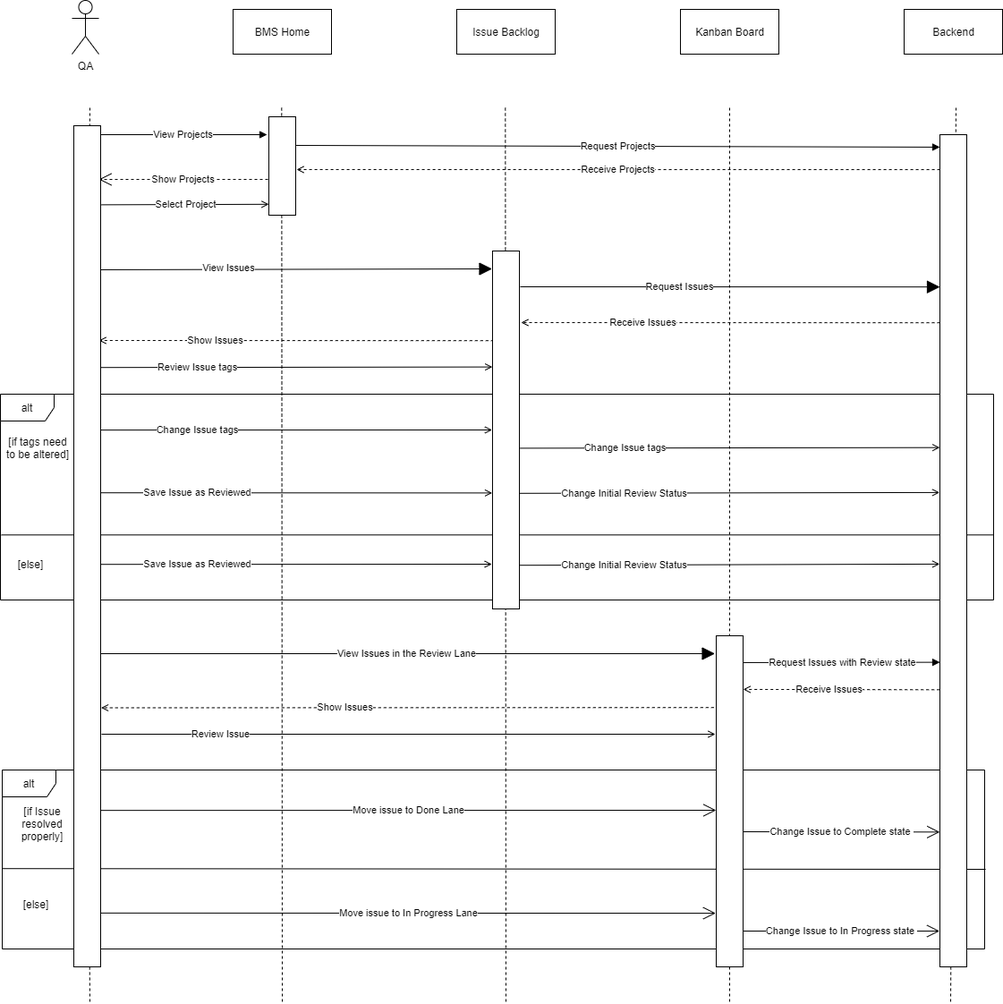
This is Sequence Diagrams/SequenceBMSQA.png from DiWeera98/IN2900Docs, a draw.io export, as it was before one commit. Source tidied: cells renumbered, new cells last; positions are measured from the earlier drawing's top-left corner, leaving out a move shared by most shapes.
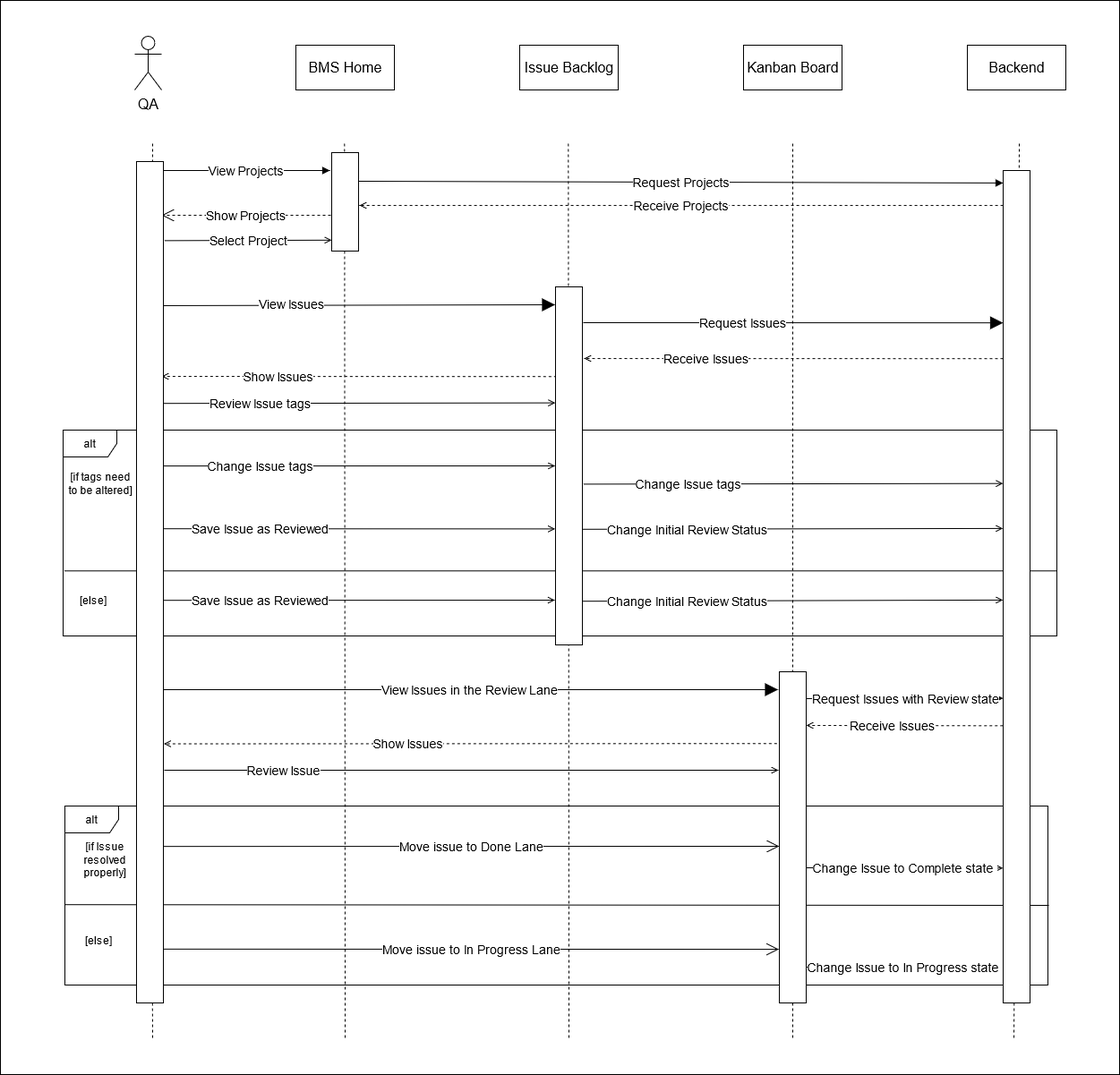
The same diagram one commit later.

The edit, as a diff of the source:
```diff
@@ -2,36 +2,39 @@
   <root>
     <mxCell id="0" />
     <mxCell id="1" parent="0" />
+    <mxCell id="51" style="rounded=0;whiteSpace=wrap;html=1;" parent="1" vertex="1">
+      <mxGeometry x="-70" y="-40" width="1250" height="1200" as="geometry" />
+    </mxCell>
-    <mxCell id="2" value="QA" style="shape=umlActor;verticalLabelPosition=bottom;verticalAlign=top;html=1;" parent="1" vertex="1">
+    <mxCell id="2" value="QA" style="shape=umlActor;verticalLabelPosition=bottom;verticalAlign=top;html=1;fontSize=16;" parent="1" vertex="1">
       <mxGeometry x="80" width="30" height="60" as="geometry" />
     </mxCell>
-    <mxCell id="3" value="View Projects" style="endArrow=block;endFill=1;html=1;" parent="1" edge="1">
+    <mxCell id="3" value="View Projects" style="endArrow=block;endFill=1;html=1;fontSize=14;" parent="1" edge="1">
       <mxGeometry relative="1" as="geometry">
         <mxPoint x="110" y="150" as="sourcePoint" />
         <mxPoint x="298" y="150" as="targetPoint" />
       </mxGeometry>
     </mxCell>
-    <mxCell id="4" value="BMS Home" style="html=1;" parent="1" vertex="1">
+    <mxCell id="4" value="BMS Home" style="html=1;fontSize=16;" parent="1" vertex="1">
       <mxGeometry x="260" y="10" width="110" height="50" as="geometry" />
     </mxCell>
-    <mxCell id="5" value="Issue Backlog" style="html=1;" parent="1" vertex="1">
+    <mxCell id="5" value="Issue Backlog" style="html=1;fontSize=16;" parent="1" vertex="1">
       <mxGeometry x="510" y="10" width="110" height="50" as="geometry" />
     </mxCell>
-    <mxCell id="6" value="Kanban Board" style="html=1;" parent="1" vertex="1">
+    <mxCell id="6" value="Kanban Board" style="html=1;fontSize=16;" parent="1" vertex="1">
       <mxGeometry x="760" y="10" width="110" height="50" as="geometry" />
     </mxCell>
-    <mxCell id="7" value="View Issues" style="endArrow=block;endFill=1;endSize=12;html=1;entryX=-0.016;entryY=0.05;entryDx=0;entryDy=0;entryPerimeter=0;" parent="1" edge="1" target="33">
+    <mxCell id="7" value="View Issues" style="endArrow=block;endFill=1;endSize=12;html=1;entryX=-0.016;entryY=0.05;entryDx=0;entryDy=0;entryPerimeter=0;fontSize=14;" parent="1" edge="1" target="33">
       <mxGeometry x="-0.31" y="2" relative="1" as="geometry">
         <mxPoint x="100" y="301" as="sourcePoint" />
       </mxGeometry>
     </mxCell>
-    <mxCell id="8" value="Show Projects" style="endArrow=open;endFill=1;endSize=12;html=1;dashed=1;" parent="1" edge="1">
+    <mxCell id="8" value="Show Projects" style="endArrow=open;endFill=1;endSize=12;html=1;dashed=1;fontSize=14;" parent="1" edge="1">
       <mxGeometry relative="1" as="geometry">
         <mxPoint x="299" y="200" as="sourcePoint" />
         <mxPoint x="110" y="200" as="targetPoint" />
       </mxGeometry>
     </mxCell>
-    <mxCell id="9" value="Select Project" style="endArrow=open;endFill=0;html=1;entryX=0;entryY=0.889;entryDx=0;entryDy=0;entryPerimeter=0;exitX=1.033;exitY=0.094;exitDx=0;exitDy=0;exitPerimeter=0;" parent="1" edge="1" source="48" target="11">
+    <mxCell id="9" value="Select Project" style="endArrow=open;endFill=0;html=1;entryX=0;entryY=0.889;entryDx=0;entryDy=0;entryPerimeter=0;exitX=1.033;exitY=0.094;exitDx=0;exitDy=0;exitPerimeter=0;fontSize=14;" parent="1" edge="1" source="48" target="11">
       <mxGeometry relative="1" as="geometry" />
     </mxCell>
     <mxCell id="10" style="endArrow=none;dashed=1;html=1;" parent="1" edge="1">
@@ -43,15 +46,15 @@
     <mxCell id="11" style="rounded=0;whiteSpace=wrap;html=1;" parent="1" vertex="1">
       <mxGeometry x="300" y="130" width="30" height="110" as="geometry" />
     </mxCell>
-    <mxCell id="12" value="Backend" style="html=1;" parent="1" vertex="1">
+    <mxCell id="12" value="Backend" style="html=1;fontSize=16;" parent="1" vertex="1">
       <mxGeometry x="1010" y="10" width="110" height="50" as="geometry" />
     </mxCell>
-    <mxCell id="13" value="Request Projects" style="endArrow=block;endFill=1;html=1;entryX=0;entryY=0.015;entryDx=0;entryDy=0;entryPerimeter=0;" parent="1" edge="1" target="47">
+    <mxCell id="13" value="Request Projects" style="endArrow=block;endFill=1;html=1;entryX=0;entryY=0.015;entryDx=0;entryDy=0;entryPerimeter=0;fontSize=14;" parent="1" edge="1" target="47">
       <mxGeometry relative="1" as="geometry">
         <mxPoint x="330" y="162" as="sourcePoint" />
       </mxGeometry>
     </mxCell>
-    <mxCell id="14" value="Receive Projects" style="endArrow=open;endFill=0;html=1;exitX=0.003;exitY=0.042;exitDx=0;exitDy=0;exitPerimeter=0;dashed=1;" parent="1" edge="1" source="47">
+    <mxCell id="14" value="Receive Projects" style="endArrow=open;endFill=0;html=1;exitX=0.003;exitY=0.042;exitDx=0;exitDy=0;exitPerimeter=0;dashed=1;fontSize=14;" parent="1" edge="1" source="47">
       <mxGeometry relative="1" as="geometry">
         <mxPoint x="331" y="189" as="targetPoint" />
       </mxGeometry>
@@ -79,21 +82,21 @@
         <mxPoint x="100" y="1120" as="targetPoint" />
       </mxGeometry>
     </mxCell>
-    <mxCell id="19" value="Request Issues" style="endArrow=block;endFill=1;endSize=12;html=1;entryX=0;entryY=0.183;entryDx=0;entryDy=0;entryPerimeter=0;exitX=1.032;exitY=0.1;exitDx=0;exitDy=0;exitPerimeter=0;" parent="1" edge="1" source="33" target="47">
+    <mxCell id="19" value="Request Issues" style="endArrow=block;endFill=1;endSize=12;html=1;entryX=0;entryY=0.183;entryDx=0;entryDy=0;entryPerimeter=0;exitX=1.032;exitY=0.1;exitDx=0;exitDy=0;exitPerimeter=0;fontSize=14;" parent="1" edge="1" source="33" target="47">
       <mxGeometry x="-0.25" relative="1" as="geometry">
         <mxPoint x="1" as="offset" />
       </mxGeometry>
     </mxCell>
-    <mxCell id="20" value="Receive Issues" style="endArrow=open;endFill=0;html=1;exitX=0;exitY=0.226;exitDx=0;exitDy=0;exitPerimeter=0;dashed=1;entryX=1.064;entryY=0.2;entryDx=0;entryDy=0;entryPerimeter=0;" parent="1" edge="1" source="47" target="33">
+    <mxCell id="20" value="Receive Issues" style="endArrow=open;endFill=0;html=1;exitX=0;exitY=0.226;exitDx=0;exitDy=0;exitPerimeter=0;dashed=1;entryX=1.064;entryY=0.2;entryDx=0;entryDy=0;entryPerimeter=0;fontSize=14;" parent="1" edge="1" source="47" target="33">
       <mxGeometry x="0.42" relative="1" as="geometry" />
     </mxCell>
-    <mxCell id="21" value="Show Issues" style="endArrow=open;endFill=0;html=1;exitX=-0.056;exitY=0.056;exitDx=0;exitDy=0;exitPerimeter=0;dashed=1;" parent="1" edge="1">
+    <mxCell id="21" value="Show Issues" style="endArrow=open;endFill=0;html=1;exitX=-0.056;exitY=0.056;exitDx=0;exitDy=0;exitPerimeter=0;dashed=1;fontSize=14;" parent="1" edge="1">
       <mxGeometry x="0.42" relative="1" as="geometry">
         <mxPoint x="557.3" y="380.2" as="sourcePoint" />
         <mxPoint x="110" y="380" as="targetPoint" />
       </mxGeometry>
     </mxCell>
-    <mxCell id="22" value="Review Issue tags" style="endArrow=open;endFill=0;html=1;entryX=-0.006;entryY=0.324;entryDx=0;entryDy=0;entryPerimeter=0;" parent="1" edge="1" target="33">
+    <mxCell id="22" value="Review Issue tags" style="endArrow=open;endFill=0;html=1;entryX=-0.006;entryY=0.324;entryDx=0;entryDy=0;entryPerimeter=0;fontSize=14;" parent="1" edge="1" target="33">
       <mxGeometry x="-0.5" relative="1" as="geometry">
         <mxPoint x="110" y="410.2" as="sourcePoint" />
       </mxGeometry>
@@ -104,28 +107,28 @@
     <mxCell id="24" value="[if tags need to be altered]" style="text;html=1;strokeColor=none;fillColor=none;align=center;verticalAlign=middle;whiteSpace=wrap;rounded=0;" parent="1" vertex="1">
       <mxGeometry x="2" y="490" width="80" height="20" as="geometry" />
     </mxCell>
-    <mxCell id="25" value="Change Issue tags" style="endArrow=open;endFill=0;html=1;entryX=-0.015;entryY=0.5;entryDx=0;entryDy=0;entryPerimeter=0;" parent="1" edge="1" target="33">
+    <mxCell id="25" value="Change Issue tags" style="endArrow=open;endFill=0;html=1;entryX=-0.015;entryY=0.5;entryDx=0;entryDy=0;entryPerimeter=0;fontSize=14;" parent="1" edge="1" target="33">
       <mxGeometry x="-0.5" relative="1" as="geometry">
         <mxPoint x="110" y="480.1" as="sourcePoint" />
       </mxGeometry>
     </mxCell>
-    <mxCell id="26" value="Change Issue tags" style="endArrow=open;endFill=0;html=1;exitX=1.032;exitY=0.551;exitDx=0;exitDy=0;exitPerimeter=0;entryX=-0.005;entryY=0.376;entryDx=0;entryDy=0;entryPerimeter=0;" parent="1" edge="1" source="33" target="47">
+    <mxCell id="26" value="Change Issue tags" style="endArrow=open;endFill=0;html=1;exitX=1.032;exitY=0.551;exitDx=0;exitDy=0;exitPerimeter=0;entryX=-0.005;entryY=0.376;entryDx=0;entryDy=0;entryPerimeter=0;fontSize=14;" parent="1" edge="1" source="33" target="47">
       <mxGeometry x="-0.5" relative="1" as="geometry" />
     </mxCell>
-    <mxCell id="27" value="Save Issue as Reviewed" style="endArrow=open;endFill=0;html=1;entryX=-0.014;entryY=0.676;entryDx=0;entryDy=0;entryPerimeter=0;" parent="1" edge="1" target="33">
+    <mxCell id="27" value="Save Issue as Reviewed" style="endArrow=open;endFill=0;html=1;entryX=-0.014;entryY=0.676;entryDx=0;entryDy=0;entryPerimeter=0;fontSize=14;" parent="1" edge="1" target="33">
       <mxGeometry x="-0.5" relative="1" as="geometry">
         <mxPoint x="110" y="550.2" as="sourcePoint" />
       </mxGeometry>
     </mxCell>
-    <mxCell id="28" value="Change Initial Review Status" style="endArrow=open;endFill=0;html=1;exitX=1.011;exitY=0.677;exitDx=0;exitDy=0;exitPerimeter=0;entryX=-0.011;entryY=0.43;entryDx=0;entryDy=0;entryPerimeter=0;" parent="1" edge="1" source="33" target="47">
+    <mxCell id="28" value="Change Initial Review Status" style="endArrow=open;endFill=0;html=1;exitX=1.011;exitY=0.677;exitDx=0;exitDy=0;exitPerimeter=0;entryX=-0.011;entryY=0.43;entryDx=0;entryDy=0;entryPerimeter=0;fontSize=14;" parent="1" edge="1" source="33" target="47">
       <mxGeometry x="-0.5" relative="1" as="geometry" />
     </mxCell>
-    <mxCell id="29" value="Save Issue as Reviewed" style="endArrow=open;endFill=0;html=1;entryX=-0.026;entryY=0.875;entryDx=0;entryDy=0;entryPerimeter=0;" parent="1" edge="1" target="33">
+    <mxCell id="29" value="Save Issue as Reviewed" style="endArrow=open;endFill=0;html=1;entryX=-0.026;entryY=0.875;entryDx=0;entryDy=0;entryPerimeter=0;fontSize=14;" parent="1" edge="1" target="33">
       <mxGeometry x="-0.5" relative="1" as="geometry">
         <mxPoint x="110" y="630.2" as="sourcePoint" />
       </mxGeometry>
     </mxCell>
-    <mxCell id="30" value="Change Initial Review Status" style="endArrow=open;endFill=0;html=1;exitX=1.011;exitY=0.878;exitDx=0;exitDy=0;exitPerimeter=0;entryX=-0.008;entryY=0.516;entryDx=0;entryDy=0;entryPerimeter=0;" parent="1" edge="1" source="33" target="47">
+    <mxCell id="30" value="Change Initial Review Status" style="endArrow=open;endFill=0;html=1;exitX=1.011;exitY=0.878;exitDx=0;exitDy=0;exitPerimeter=0;entryX=-0.008;entryY=0.516;entryDx=0;entryDy=0;entryPerimeter=0;fontSize=14;" parent="1" edge="1" source="33" target="47">
       <mxGeometry x="-0.5" relative="1" as="geometry" />
     </mxCell>
     <mxCell id="31" style="endArrow=none;html=1;exitX=0.001;exitY=0.684;exitDx=0;exitDy=0;exitPerimeter=0;entryX=1;entryY=0.684;entryDx=0;entryDy=0;entryPerimeter=0;" parent="1" edge="1" source="23" target="23">
@@ -137,23 +140,23 @@
     <mxCell id="33" style="rounded=0;whiteSpace=wrap;html=1;" parent="1" vertex="1">
       <mxGeometry x="550" y="280" width="30" height="400" as="geometry" />
     </mxCell>
-    <mxCell id="34" value="View Issues in the Review Lane" style="endArrow=block;endFill=1;endSize=12;html=1;entryX=-0.048;entryY=0.054;entryDx=0;entryDy=0;entryPerimeter=0;" parent="1" edge="1" target="46">
+    <mxCell id="34" value="View Issues in the Review Lane" style="endArrow=block;endFill=1;endSize=12;html=1;entryX=-0.048;entryY=0.054;entryDx=0;entryDy=0;entryPerimeter=0;fontSize=14;" parent="1" edge="1" target="46">
       <mxGeometry relative="1" as="geometry">
         <mxPoint x="110" y="730" as="sourcePoint" />
       </mxGeometry>
     </mxCell>
-    <mxCell id="35" value="Request Issues with Review state" style="endArrow=block;endFill=1;html=1;exitX=1;exitY=0.081;exitDx=0;exitDy=0;exitPerimeter=0;entryX=0;entryY=0.634;entryDx=0;entryDy=0;entryPerimeter=0;" parent="1" edge="1" source="46" target="47">
+    <mxCell id="35" value="Request Issues with Review state" style="endArrow=block;endFill=1;html=1;exitX=1;exitY=0.081;exitDx=0;exitDy=0;exitPerimeter=0;entryX=0;entryY=0.634;entryDx=0;entryDy=0;entryPerimeter=0;fontSize=14;" parent="1" edge="1" source="46" target="47">
       <mxGeometry x="0.01" relative="1" as="geometry" />
     </mxCell>
-    <mxCell id="36" value="Receive Issues" style="endArrow=open;endFill=0;html=1;exitX=-0.01;exitY=0.667;exitDx=0;exitDy=0;exitPerimeter=0;dashed=1;entryX=1.003;entryY=0.162;entryDx=0;entryDy=0;entryPerimeter=0;" parent="1" edge="1" source="47" target="46">
+    <mxCell id="36" value="Receive Issues" style="endArrow=open;endFill=0;html=1;exitX=-0.01;exitY=0.667;exitDx=0;exitDy=0;exitPerimeter=0;dashed=1;entryX=1.003;entryY=0.162;entryDx=0;entryDy=0;entryPerimeter=0;fontSize=14;" parent="1" edge="1" source="47" target="46">
       <mxGeometry x="0.13" relative="1" as="geometry" />
     </mxCell>
-    <mxCell id="37" value="Show Issues" style="endArrow=open;endFill=0;html=1;exitX=-0.056;exitY=0.056;exitDx=0;exitDy=0;exitPerimeter=0;dashed=1;entryX=1.018;entryY=0.692;entryDx=0;entryDy=0;entryPerimeter=0;" parent="1" edge="1" target="48">
+    <mxCell id="37" value="Show Issues" style="endArrow=open;endFill=0;html=1;exitX=-0.056;exitY=0.056;exitDx=0;exitDy=0;exitPerimeter=0;dashed=1;entryX=1.018;entryY=0.692;entryDx=0;entryDy=0;entryPerimeter=0;fontSize=14;" parent="1" edge="1" target="48">
       <mxGeometry x="0.2" relative="1" as="geometry">
         <mxPoint x="797.3" y="790.2" as="sourcePoint" />
       </mxGeometry>
     </mxCell>
-    <mxCell id="38" value="Review Issue" style="endArrow=open;endFill=0;html=1;" parent="1" edge="1">
+    <mxCell id="38" value="Review Issue" style="endArrow=open;endFill=0;html=1;fontSize=14;" parent="1" edge="1">
       <mxGeometry x="-0.61" relative="1" as="geometry">
         <mxPoint x="113" y="820" as="sourcePoint" />
         <mxPoint x="799" y="820" as="targetPoint" />
@@ -165,18 +168,18 @@
     <mxCell id="40" value="[if Issue resolved properly]" style="text;html=1;strokeColor=none;fillColor=none;align=center;verticalAlign=middle;whiteSpace=wrap;rounded=0;" parent="1" vertex="1">
       <mxGeometry x="2" y="910" width="90" height="20" as="geometry" />
     </mxCell>
-    <mxCell id="41" value="Move issue to Done Lane" style="endArrow=open;endFill=0;endSize=12;html=1;entryX=-0.004;entryY=0.527;entryDx=0;entryDy=0;entryPerimeter=0;exitX=1.013;exitY=0.814;exitDx=0;exitDy=0;exitPerimeter=0;" parent="1" edge="1" source="48" target="46">
+    <mxCell id="41" value="Move issue to Done Lane" style="endArrow=open;endFill=0;endSize=12;html=1;entryX=-0.004;entryY=0.527;entryDx=0;entryDy=0;entryPerimeter=0;exitX=1.013;exitY=0.814;exitDx=0;exitDy=0;exitPerimeter=0;fontSize=14;" parent="1" edge="1" source="48" target="46">
       <mxGeometry relative="1" as="geometry" />
     </mxCell>
-    <mxCell id="42" value="Move issue to In Progress Lane" style="endArrow=open;endFill=0;endSize=12;html=1;entryX=-0.019;entryY=0.838;entryDx=0;entryDy=0;entryPerimeter=0;exitX=1.002;exitY=0.936;exitDx=0;exitDy=0;exitPerimeter=0;" parent="1" edge="1" source="48" target="46">
+    <mxCell id="42" value="Move issue to In Progress Lane" style="endArrow=open;endFill=0;endSize=12;html=1;entryX=-0.019;entryY=0.838;entryDx=0;entryDy=0;entryPerimeter=0;exitX=1.002;exitY=0.936;exitDx=0;exitDy=0;exitPerimeter=0;fontSize=14;" parent="1" edge="1" source="48" target="46">
       <mxGeometry relative="1" as="geometry" />
     </mxCell>
-    <mxCell id="43" value="Change Issue to Complete state&amp;nbsp;" style="endArrow=open;endFill=0;endSize=12;html=1;entryX=-0.006;entryY=0.838;entryDx=0;entryDy=0;entryPerimeter=0;" parent="1" edge="1" target="47">
+    <mxCell id="43" value="Change Issue to Complete state&amp;nbsp;" style="endArrow=open;endFill=0;endSize=12;html=1;entryX=-0.006;entryY=0.838;entryDx=0;entryDy=0;entryPerimeter=0;fontSize=14;" parent="1" edge="1" target="47">
       <mxGeometry relative="1" as="geometry">
         <mxPoint x="830" y="929" as="sourcePoint" />
       </mxGeometry>
     </mxCell>
-    <mxCell id="44" value="Change Issue to In Progress state&amp;nbsp;" style="endArrow=open;endFill=0;endSize=12;html=1;entryX=-0.012;entryY=0.957;entryDx=0;entryDy=0;entryPerimeter=0;" parent="1" edge="1" target="47">
+    <mxCell id="44" value="Change Issue to In Progress state&amp;nbsp;" style="endArrow=open;endFill=0;endSize=12;html=1;entryX=-0.012;entryY=0.957;entryDx=0;entryDy=0;entryPerimeter=0;fontSize=14;" parent="1" edge="1" target="47">
       <mxGeometry relative="1" as="geometry">
         <mxPoint x="830" y="1040" as="sourcePoint" />
       </mxGeometry>
```
